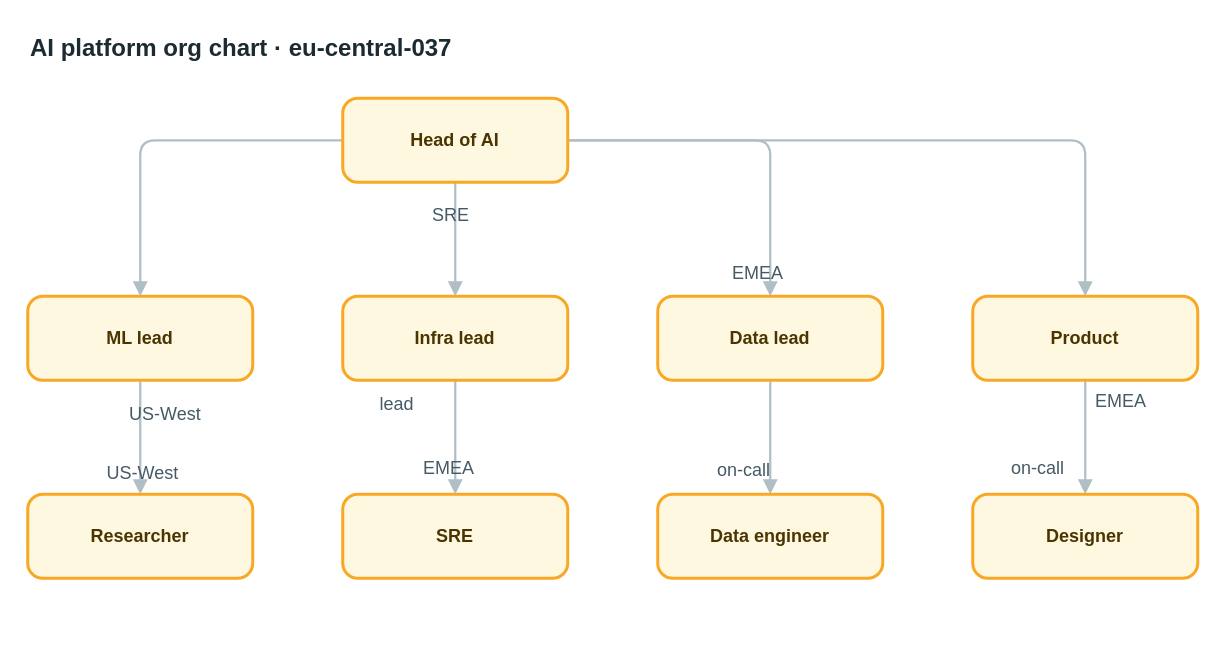
AryanG01/open-apprentice keeps this draw.io diagram as apps/web/public/samples/library/037-ai-platform-org-chart.drawio. Above is the earlier version. Source tidied: cells renumbered, new cells numbered last; positions are measured from the earlier drawing's top-left corner, leaving out a move shared by most shapes. Both pictures are drawn from the tidied source at 150%, with x=0, y=0 at pixel (27, 26).
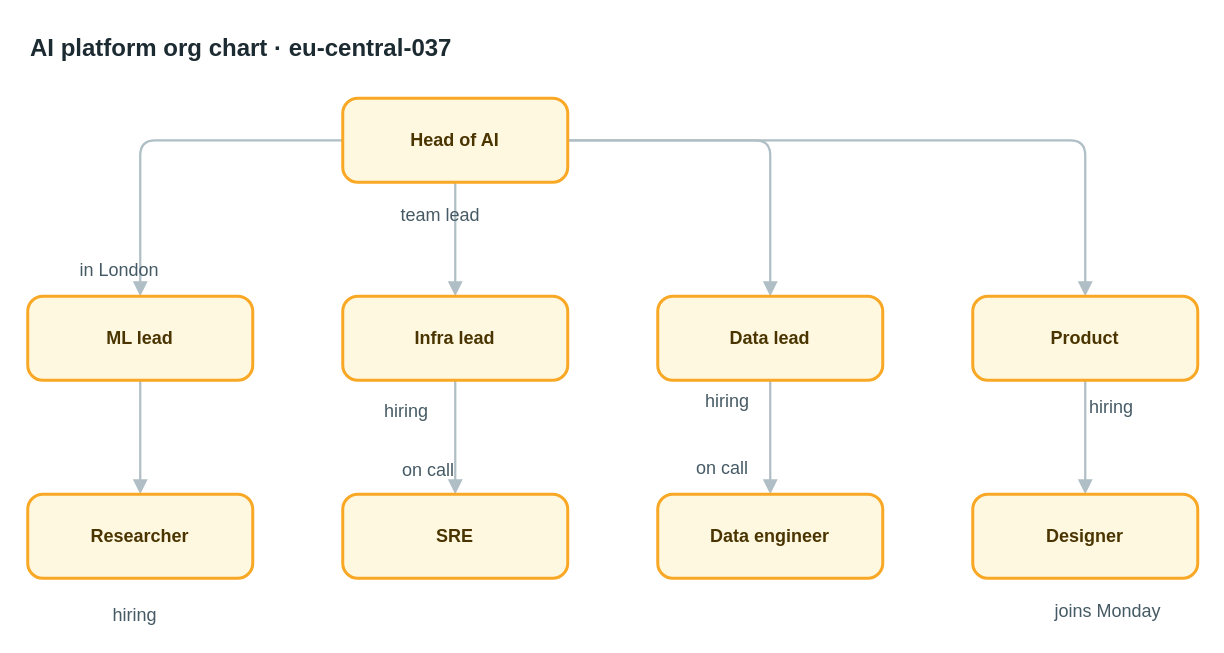
The same diagram, later.

Change to the diagram source:
```diff
@@
-    <mxCell id="20" value="SRE" style="text;html=1;align=left;verticalAlign=top;whiteSpace=nowrap;spacing=0;spacingTop=0;strokeColor=none;fillColor=none;fontSize=12;fontColor=#455a64;" parent="1" vertex="1">
-      <mxGeometry x="270" y="114" width="33" height="20" as="geometry" />
+    <mxCell id="20" value="team lead" style="text;html=1;align=left;verticalAlign=top;whiteSpace=nowrap;spacing=0;spacingTop=0;strokeColor=none;fillColor=none;fontSize=12;fontColor=#455a64;" parent="1" vertex="1">
+      <mxGeometry x="249" y="114" width="75" height="20" as="geometry" />
     </mxCell>
-    <mxCell id="21" value="US-West" style="text;html=1;align=left;verticalAlign=top;whiteSpace=nowrap;spacing=0;spacingTop=0;strokeColor=none;fillColor=none;fontSize=12;fontColor=#455a64;" parent="1" vertex="1">
-      <mxGeometry x="68" y="247" width="61" height="20" as="geometry" />
+    <mxCell id="21" value="in London" style="text;html=1;align=left;verticalAlign=top;whiteSpace=nowrap;spacing=0;spacingTop=0;strokeColor=none;fillColor=none;fontSize=12;fontColor=#455a64;" parent="1" vertex="1">
+      <mxGeometry x="35" y="151" width="75" height="20" as="geometry" />
     </mxCell>
-    <mxCell id="22" value="lead" style="text;html=1;align=left;verticalAlign=top;whiteSpace=nowrap;spacing=0;spacingTop=0;strokeColor=none;fillColor=none;fontSize=12;fontColor=#455a64;" parent="1" vertex="1">
-      <mxGeometry x="235" y="240" width="40" height="20" as="geometry" />
+    <mxCell id="22" value="hiring" style="text;html=1;align=left;verticalAlign=top;whiteSpace=nowrap;spacing=0;spacingTop=0;strokeColor=none;fillColor=none;fontSize=12;fontColor=#455a64;" parent="1" vertex="1">
+      <mxGeometry x="238" y="245" width="54" height="20" as="geometry" />
     </mxCell>
-    <mxCell id="23" value="EMEA" style="text;html=1;align=left;verticalAlign=top;whiteSpace=nowrap;spacing=0;spacingTop=0;strokeColor=none;fillColor=none;fontSize=12;fontColor=#455a64;" parent="1" vertex="1">
-      <mxGeometry x="470" y="153" width="40" height="20" as="geometry" />
+    <mxCell id="23" value="hiring" style="text;html=1;align=left;verticalAlign=top;whiteSpace=nowrap;spacing=0;spacingTop=0;strokeColor=none;fillColor=none;fontSize=12;fontColor=#455a64;" parent="1" vertex="1">
+      <mxGeometry x="452" y="238" width="54" height="20" as="geometry" />
     </mxCell>
-    <mxCell id="24" value="EMEA" style="text;html=1;align=left;verticalAlign=top;whiteSpace=nowrap;spacing=0;spacingTop=0;strokeColor=none;fillColor=none;fontSize=12;fontColor=#455a64;" parent="1" vertex="1">
-      <mxGeometry x="712" y="238" width="40" height="20" as="geometry" />
+    <mxCell id="24" value="hiring" style="text;html=1;align=left;verticalAlign=top;whiteSpace=nowrap;spacing=0;spacingTop=0;strokeColor=none;fillColor=none;fontSize=12;fontColor=#455a64;" parent="1" vertex="1">
+      <mxGeometry x="708" y="242" width="54" height="20" as="geometry" />
     </mxCell>
-    <mxCell id="25" value="US-West" style="text;html=1;align=left;verticalAlign=top;whiteSpace=nowrap;spacing=0;spacingTop=0;strokeColor=none;fillColor=none;fontSize=12;fontColor=#455a64;" parent="1" vertex="1">
-      <mxGeometry x="53" y="286" width="61" height="20" as="geometry" />
+    <mxCell id="25" value="hiring" style="text;html=1;align=left;verticalAlign=top;whiteSpace=nowrap;spacing=0;spacingTop=0;strokeColor=none;fillColor=none;fontSize=12;fontColor=#455a64;" parent="1" vertex="1">
+      <mxGeometry x="57" y="381" width="54" height="20" as="geometry" />
     </mxCell>
-    <mxCell id="26" value="EMEA" style="text;html=1;align=left;verticalAlign=top;whiteSpace=nowrap;spacing=0;spacingTop=0;strokeColor=none;fillColor=none;fontSize=12;fontColor=#455a64;" parent="1" vertex="1">
-      <mxGeometry x="264" y="283" width="40" height="20" as="geometry" />
+    <mxCell id="26" value="on call" style="text;html=1;align=left;verticalAlign=top;whiteSpace=nowrap;spacing=0;spacingTop=0;strokeColor=none;fillColor=none;fontSize=12;fontColor=#455a64;" parent="1" vertex="1">
+      <mxGeometry x="250" y="284" width="61" height="20" as="geometry" />
     </mxCell>
-    <mxCell id="27" value="on-call" style="text;html=1;align=left;verticalAlign=top;whiteSpace=nowrap;spacing=0;spacingTop=0;strokeColor=none;fillColor=none;fontSize=12;fontColor=#455a64;" parent="1" vertex="1">
-      <mxGeometry x="460" y="284" width="61" height="20" as="geometry" />
+    <mxCell id="27" value="on call" style="text;html=1;align=left;verticalAlign=top;whiteSpace=nowrap;spacing=0;spacingTop=0;strokeColor=none;fillColor=none;fontSize=12;fontColor=#455a64;" parent="1" vertex="1">
+      <mxGeometry x="446" y="283" width="61" height="20" as="geometry" />
     </mxCell>
-    <mxCell id="28" value="on-call" style="text;html=1;align=left;verticalAlign=top;whiteSpace=nowrap;spacing=0;spacingTop=0;strokeColor=none;fillColor=none;fontSize=12;fontColor=#455a64;" parent="1" vertex="1">
-      <mxGeometry x="656" y="283" width="61" height="20" as="geometry" />
+    <mxCell id="28" value="joins Monday" style="text;html=1;align=left;verticalAlign=top;whiteSpace=nowrap;spacing=0;spacingTop=0;strokeColor=none;fillColor=none;fontSize=12;fontColor=#455a64;" parent="1" vertex="1">
+      <mxGeometry x="685" y="378" width="96" height="20" as="geometry" />
     </mxCell>
```
